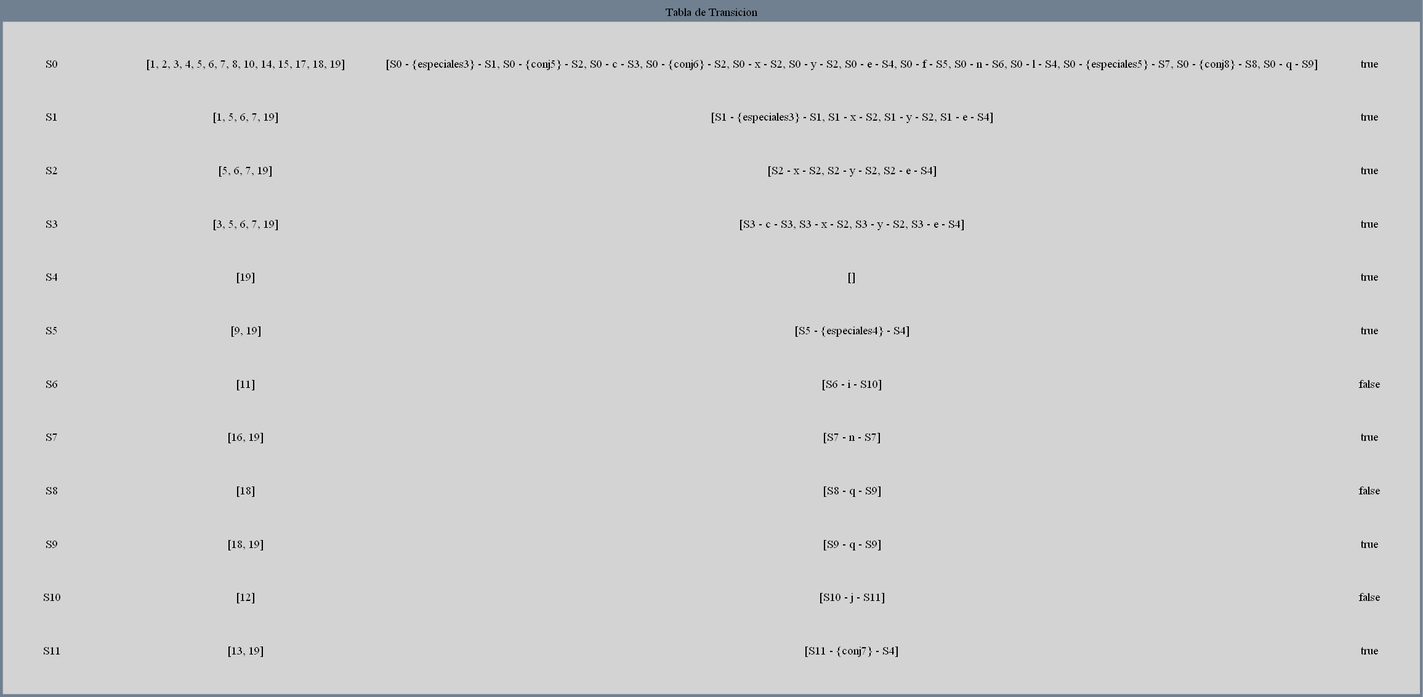
Above: Proyecto1/reportes/transiciones_202010751/Tabla2.png in parguet/OLC1_Proyecto1_202010751 (Graphviz), before the change. Its source is kept beside it as Proyecto1/reportes/transiciones_202010751/Tabla2.dot.
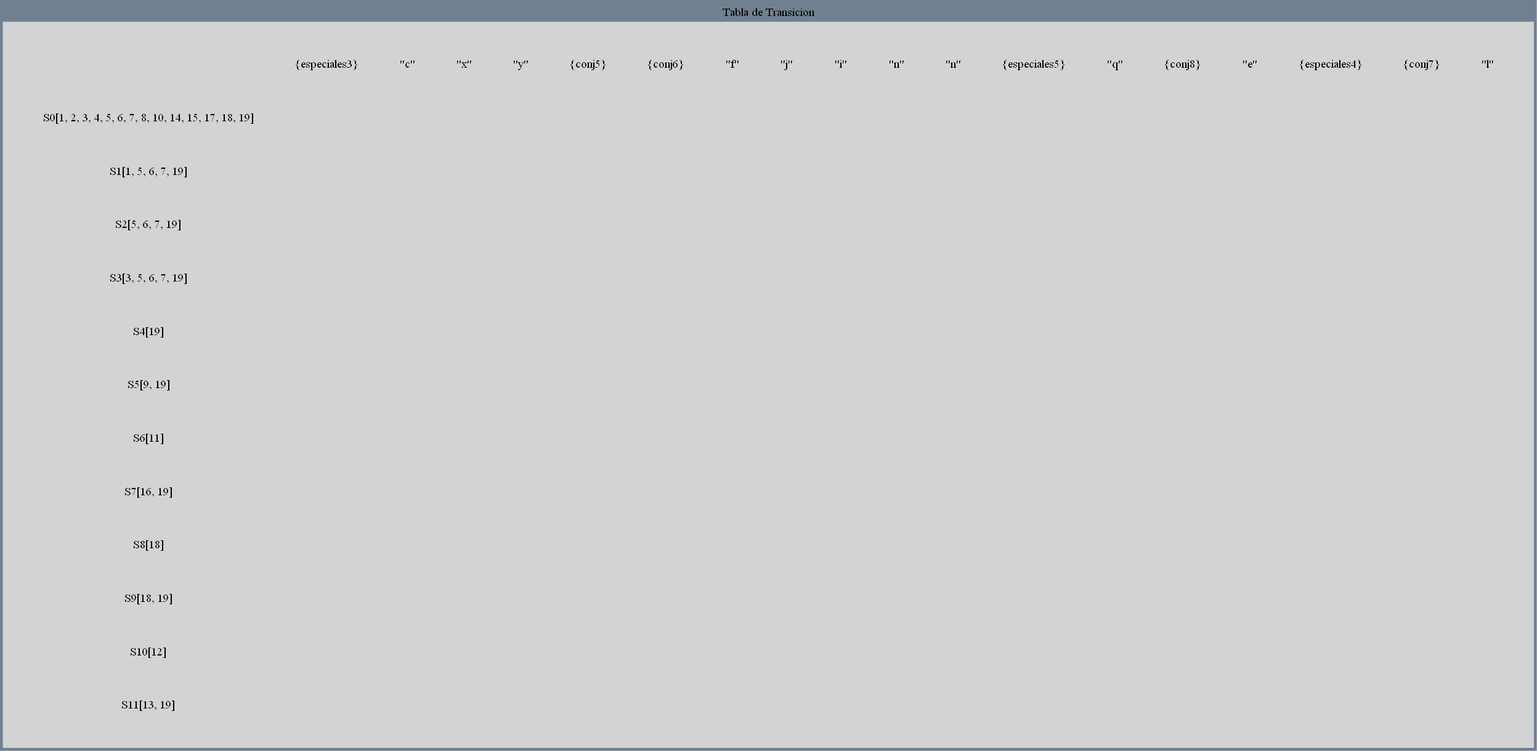
Later version of the same file.

Change to the diagram source:
```diff
@@ -3,64 +3,264 @@
 labelloc = "t" edge [weigth=1000  color=darkgreen  arrowtail="open" arrowhead="open"]
 node[shape=box, style="filled", color=lightgrey];
 a0 [label=<
-<TABLE border="10" cellspacing="10" cellpadding="10" style="rounded"><TR><TD>S0</TD>
+<TABLE border="10" cellspacing="10" cellpadding="10" style="rounded"><TR><TD> </TD>
+<TD>{especiales3}</TD>
+<TD>"c"</TD>
+<TD>"x"</TD>
+<TD>"y"</TD>
+<TD>{conj5}</TD>
+<TD>{conj6}</TD>
+<TD>"f"</TD>
+<TD>"j"</TD>
+<TD>"i"</TD>
+<TD>"n"</TD>
+<TD>"n"</TD>
+<TD>{especiales5}</TD>
+<TD>"q"</TD>
+<TD>{conj8}</TD>
+<TD>"e"</TD>
+<TD>{especiales4}</TD>
+<TD>{conj7}</TD>
+<TD>"l"</TD>
+  </TR>
+<TR><TD>S0[1, 2, 3, 4, 5, 6, 7, 8, 10, 14, 15, 17, 18, 19]</TD>
   <TD> </TD>
-  <TD>[1, 2, 3, 4, 5, 6, 7, 8, 10, 14, 15, 17, 18, 19]</TD>
-  <TD>[S0 - {especiales3} - S1, S0 - {conj5} - S2, S0 - c - S3, S0 - {conj6} - S2, S0 - x - S2, S0 - y - S2, S0 - e - S4, S0 - f - S5, S0 - n - S6, S0 - l - S4, S0 - {especiales5} - S7, S0 - {conj8} - S8, S0 - q - S9]</TD>
-  <TD>true</TD>
-  </TR><TR><TD>S1</TD>
   <TD> </TD>
-  <TD>[1, 5, 6, 7, 19]</TD>
-  <TD>[S1 - {especiales3} - S1, S1 - x - S2, S1 - y - S2, S1 - e - S4]</TD>
-  <TD>true</TD>
-  </TR><TR><TD>S2</TD>
   <TD> </TD>
-  <TD>[5, 6, 7, 19]</TD>
-  <TD>[S2 - x - S2, S2 - y - S2, S2 - e - S4]</TD>
-  <TD>true</TD>
-  </TR><TR><TD>S3</TD>
   <TD> </TD>
-  <TD>[3, 5, 6, 7, 19]</TD>
-  <TD>[S3 - c - S3, S3 - x - S2, S3 - y - S2, S3 - e - S4]</TD>
-  <TD>true</TD>
-  </TR><TR><TD>S4</TD>
   <TD> </TD>
-  <TD>[19]</TD>
-  <TD>[]</TD>
-  <TD>true</TD>
-  </TR><TR><TD>S5</TD>
   <TD> </TD>
-  <TD>[9, 19]</TD>
-  <TD>[S5 - {especiales4} - S4]</TD>
-  <TD>true</TD>
-  </TR><TR><TD>S6</TD>
   <TD> </TD>
-  <TD>[11]</TD>
-  <TD>[S6 - i - S10]</TD>
-  <TD>false</TD>
-  </TR><TR><TD>S7</TD>
   <TD> </TD>
-  <TD>[16, 19]</TD>
-  <TD>[S7 - n - S7]</TD>
-  <TD>true</TD>
-  </TR><TR><TD>S8</TD>
   <TD> </TD>
-  <TD>[18]</TD>
-  <TD>[S8 - q - S9]</TD>
-  <TD>false</TD>
-  </TR><TR><TD>S9</TD>
   <TD> </TD>
-  <TD>[18, 19]</TD>
-  <TD>[S9 - q - S9]</TD>
-  <TD>true</TD>
-  </TR><TR><TD>S10</TD>
   <TD> </TD>
-  <TD>[12]</TD>
-  <TD>[S10 - j - S11]</TD>
-  <TD>false</TD>
-  </TR><TR><TD>S11</TD>
   <TD> </TD>
-  <TD>[13, 19]</TD>
-  <TD>[S11 - {conj7} - S4]</TD>
-  <TD>true</TD>
-  </TR></TABLE>>];}
+  <TD> </TD>
+  <TD> </TD>
+  <TD> </TD>
+  <TD> </TD>
+  <TD> </TD>
+  <TD> </TD>
+</TR>
+<TR><TD>S1[1, 5, 6, 7, 19]</TD>
+  <TD> </TD>
+  <TD> </TD>
+  <TD> </TD>
+  <TD> </TD>
+  <TD> </TD>
+  <TD> </TD>
+  <TD> </TD>
+  <TD> </TD>
+  <TD> </TD>
+  <TD> </TD>
+  <TD> </TD>
+  <TD> </TD>
+  <TD> </TD>
+  <TD> </TD>
+  <TD> </TD>
+  <TD> </TD>
+  <TD> </TD>
+  <TD> </TD>
+</TR>
+<TR><TD>S2[5, 6, 7, 19]</TD>
+  <TD> </TD>
+  <TD> </TD>
+  <TD> </TD>
+  <TD> </TD>
+  <TD> </TD>
+  <TD> </TD>
+  <TD> </TD>
+  <TD> </TD>
+  <TD> </TD>
+  <TD> </TD>
+  <TD> </TD>
+  <TD> </TD>
+  <TD> </TD>
+  <TD> </TD>
+  <TD> </TD>
+  <TD> </TD>
+  <TD> </TD>
+  <TD> </TD>
+</TR>
+<TR><TD>S3[3, 5, 6, 7, 19]</TD>
+  <TD> </TD>
+  <TD> </TD>
+  <TD> </TD>
+  <TD> </TD>
+  <TD> </TD>
+  <TD> </TD>
+  <TD> </TD>
+  <TD> </TD>
+  <TD> </TD>
+  <TD> </TD>
+  <TD> </TD>
+  <TD> </TD>
+  <TD> </TD>
+  <TD> </TD>
+  <TD> </TD>
+  <TD> </TD>
+  <TD> </TD>
+  <TD> </TD>
+</TR>
+<TR><TD>S4[19]</TD>
+  <TD> </TD>
+  <TD> </TD>
+  <TD> </TD>
+  <TD> </TD>
+  <TD> </TD>
+  <TD> </TD>
+  <TD> </TD>
+  <TD> </TD>
+  <TD> </TD>
+  <TD> </TD>
+  <TD> </TD>
+  <TD> </TD>
+  <TD> </TD>
+  <TD> </TD>
+  <TD> </TD>
+  <TD> </TD>
+  <TD> </TD>
+  <TD> </TD>
+</TR>
+<TR><TD>S5[9, 19]</TD>
+  <TD> </TD>
+  <TD> </TD>
+  <TD> </TD>
+  <TD> </TD>
+  <TD> </TD>
+  <TD> </TD>
+  <TD> </TD>
+  <TD> </TD>
+  <TD> </TD>
+  <TD> </TD>
+  <TD> </TD>
+  <TD> </TD>
+  <TD> </TD>
+  <TD> </TD>
+  <TD> </TD>
+  <TD> </TD>
+  <TD> </TD>
+  <TD> </TD>
+</TR>
+<TR><TD>S6[11]</TD>
+  <TD> </TD>
+  <TD> </TD>
+  <TD> </TD>
+  <TD> </TD>
+  <TD> </TD>
+  <TD> </TD>
+  <TD> </TD>
+  <TD> </TD>
+  <TD> </TD>
+  <TD> </TD>
+  <TD> </TD>
+  <TD> </TD>
+  <TD> </TD>
+  <TD> </TD>
+  <TD> </TD>
+  <TD> </TD>
+  <TD> </TD>
+  <TD> </TD>
+</TR>
+<TR><TD>S7[16, 19]</TD>
+  <TD> </TD>
+  <TD> </TD>
+  <TD> </TD>
+  <TD> </TD>
+  <TD> </TD>
+  <TD> </TD>
+  <TD> </TD>
+  <TD> </TD>
+  <TD> </TD>
+  <TD> </TD>
+  <TD> </TD>
+  <TD> </TD>
+  <TD> </TD>
+  <TD> </TD>
+  <TD> </TD>
+  <TD> </TD>
+  <TD> </TD>
+  <TD> </TD>
+</TR>
+<TR><TD>S8[18]</TD>
+  <TD> </TD>
+  <TD> </TD>
+  <TD> </TD>
+  <TD> </TD>
+  <TD> </TD>
+  <TD> </TD>
+  <TD> </TD>
+  <TD> </TD>
+  <TD> </TD>
+  <TD> </TD>
+  <TD> </TD>
+  <TD> </TD>
+  <TD> </TD>
+  <TD> </TD>
+  <TD> </TD>
+  <TD> </TD>
+  <TD> </TD>
+  <TD> </TD>
+</TR>
+<TR><TD>S9[18, 19]</TD>
+  <TD> </TD>
+  <TD> </TD>
+  <TD> </TD>
+  <TD> </TD>
+  <TD> </TD>
+  <TD> </TD>
+  <TD> </TD>
+  <TD> </TD>
+  <TD> </TD>
+  <TD> </TD>
+  <TD> </TD>
+  <TD> </TD>
+  <TD> </TD>
+  <TD> </TD>
+  <TD> </TD>
+  <TD> </TD>
+  <TD> </TD>
+  <TD> </TD>
+</TR>
+<TR><TD>S10[12]</TD>
+  <TD> </TD>
+  <TD> </TD>
+  <TD> </TD>
+  <TD> </TD>
+  <TD> </TD>
+  <TD> </TD>
+  <TD> </TD>
+  <TD> </TD>
+  <TD> </TD>
+  <TD> </TD>
+  <TD> </TD>
+  <TD> </TD>
+  <TD> </TD>
+  <TD> </TD>
+  <TD> </TD>
+  <TD> </TD>
+  <TD> </TD>
+  <TD> </TD>
+</TR>
+<TR><TD>S11[13, 19]</TD>
+  <TD> </TD>
+  <TD> </TD>
+  <TD> </TD>
+  <TD> </TD>
+  <TD> </TD>
+  <TD> </TD>
+  <TD> </TD>
+  <TD> </TD>
+  <TD> </TD>
+  <TD> </TD>
+  <TD> </TD>
+  <TD> </TD>
+  <TD> </TD>
+  <TD> </TD>
+  <TD> </TD>
+  <TD> </TD>
+  <TD> </TD>
+  <TD> </TD>
+</TR>
+</TABLE>>];}
```
